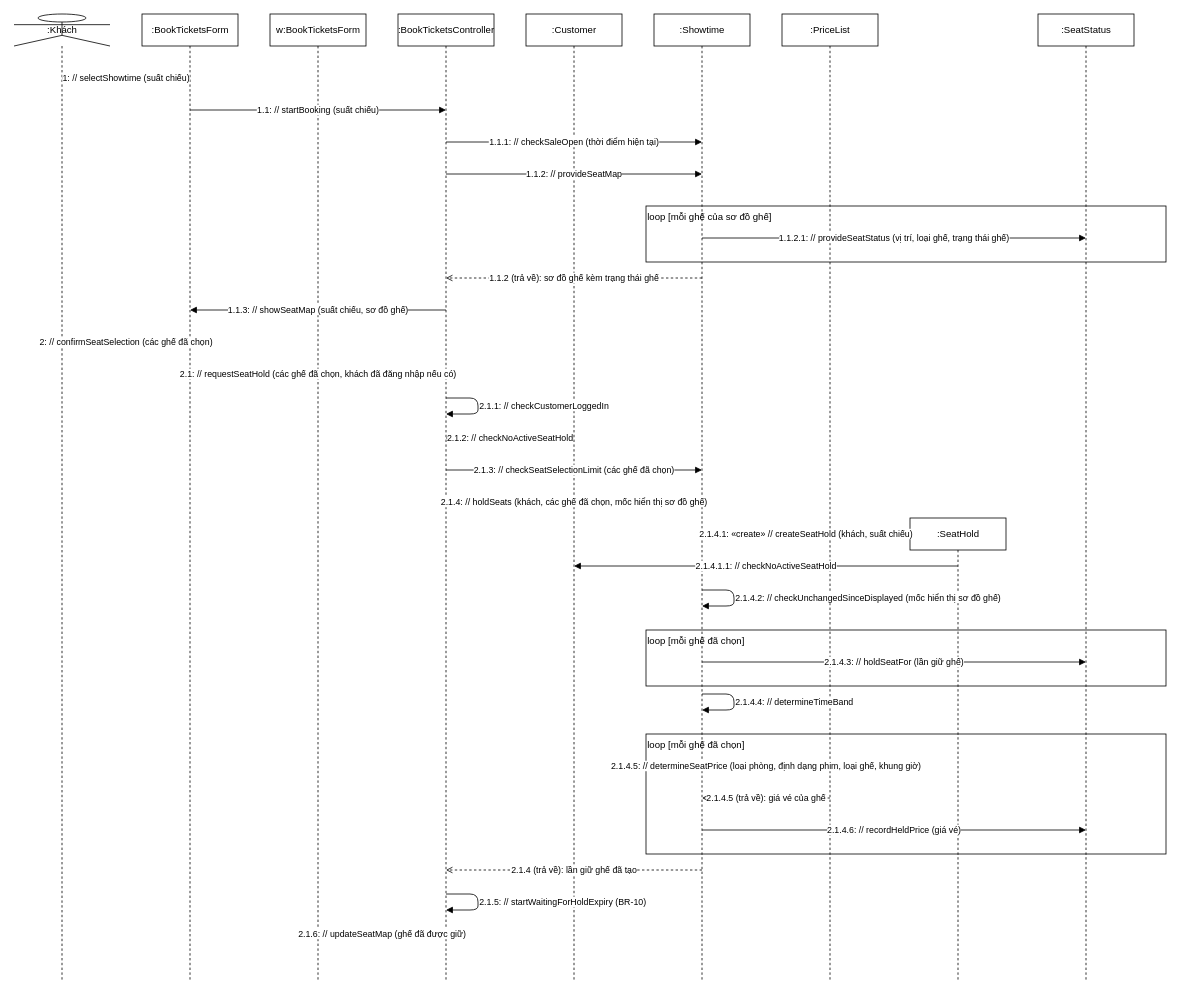
luytbq/app-dat-ve-xem-phim keeps this draw.io diagram as page "SD1a - Luồng chính bước 1 đến 7" (1 of 17) of design/diagrams/P07-sequence-UC-005.drawio. Above is the earlier version. Source tidied: cells renumbered, new cells numbered last; positions are measured from the earlier drawing's top-left corner, leaving out a move shared by most shapes. Both pictures are drawn from the tidied source at 80%, with x=0, y=0 at pixel (14, 14).
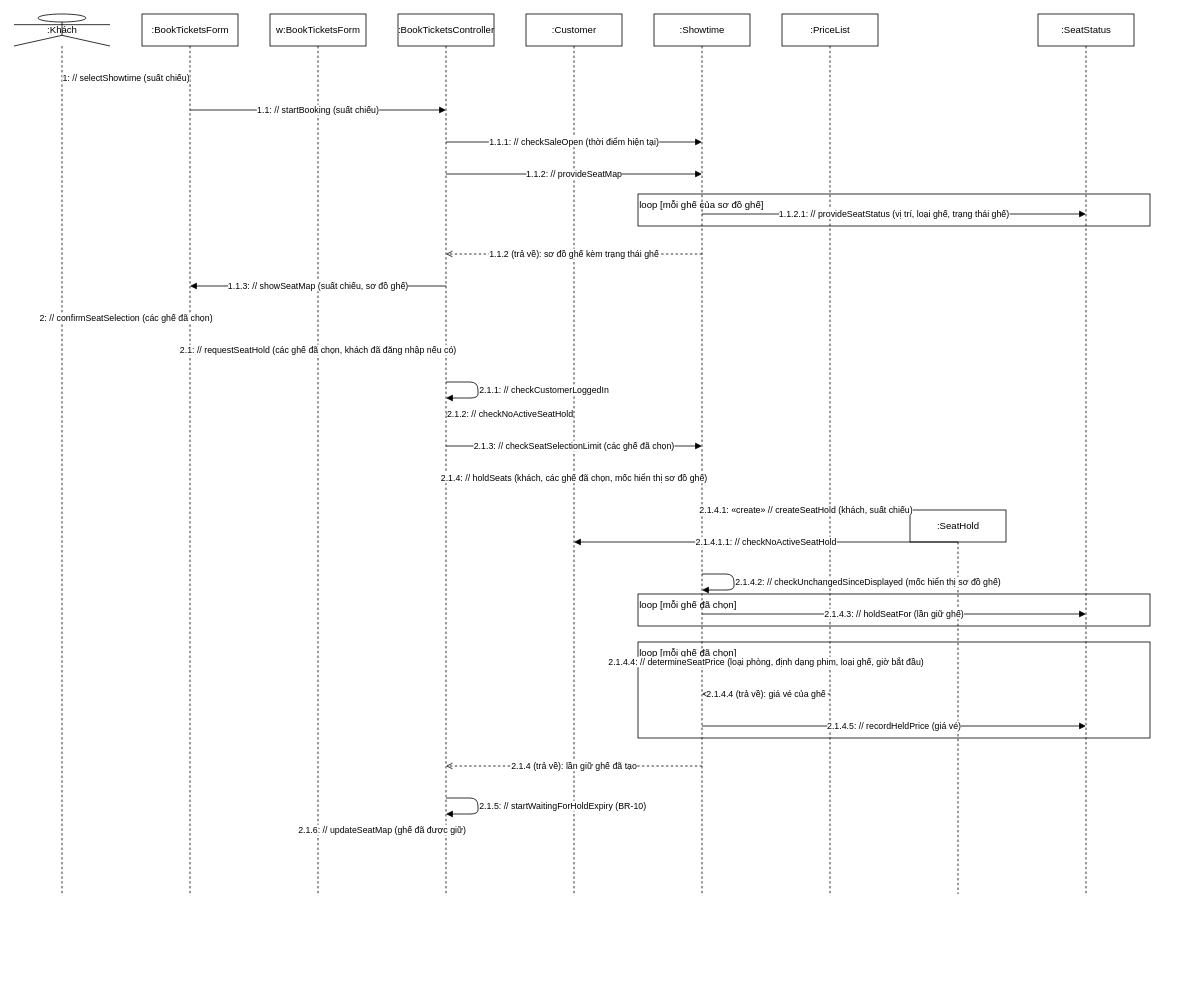
The same diagram, later.

Diff of the diagram source:
```diff
@@
     <mxCell id="2" value=":Khách" style="shape=umlLifeline;participant=umlActor;perimeter=lifelinePerimeter;html=1;" parent="1" vertex="1">
-      <mxGeometry width="120" height="1210" as="geometry" />
+      <mxGeometry width="120" height="1100" as="geometry" />
     </mxCell>
     <mxCell id="3" value=":BookTicketsForm" style="shape=umlLifeline;perimeter=lifelinePerimeter;html=1;" parent="1" vertex="1">
-      <mxGeometry x="160" width="120" height="1210" as="geometry" />
+      <mxGeometry x="160" width="120" height="1100" as="geometry" />
     </mxCell>
     <mxCell id="4" value="w:BookTicketsForm" style="shape=umlLifeline;perimeter=lifelinePerimeter;html=1;" parent="1" vertex="1">
-      <mxGeometry x="320" width="120" height="1210" as="geometry" />
+      <mxGeometry x="320" width="120" height="1100" as="geometry" />
     </mxCell>
     <mxCell id="5" value=":BookTicketsController" style="shape=umlLifeline;perimeter=lifelinePerimeter;html=1;" parent="1" vertex="1">
-      <mxGeometry x="480" width="120" height="1210" as="geometry" />
+      <mxGeometry x="480" width="120" height="1100" as="geometry" />
     </mxCell>
     <mxCell id="6" value=":Customer" style="shape=umlLifeline;perimeter=lifelinePerimeter;html=1;" parent="1" vertex="1">
-      <mxGeometry x="640" width="120" height="1210" as="geometry" />
+      <mxGeometry x="640" width="120" height="1100" as="geometry" />
     </mxCell>
     <mxCell id="7" value=":Showtime" style="shape=umlLifeline;perimeter=lifelinePerimeter;html=1;" parent="1" vertex="1">
-      <mxGeometry x="800" width="120" height="1210" as="geometry" />
+      <mxGeometry x="800" width="120" height="1100" as="geometry" />
     </mxCell>
     <mxCell id="8" value=":PriceList" style="shape=umlLifeline;perimeter=lifelinePerimeter;html=1;" parent="1" vertex="1">
-      <mxGeometry x="960" width="120" height="1210" as="geometry" />
+      <mxGeometry x="960" width="120" height="1100" as="geometry" />
     </mxCell>
     <mxCell id="9" value=":SeatHold" style="shape=umlLifeline;perimeter=lifelinePerimeter;html=1;" parent="1" vertex="1">
-      <mxGeometry x="1120" y="630" width="120" height="580" as="geometry" />
+      <mxGeometry x="1120" y="620" width="120" height="480" as="geometry" />
     </mxCell>
     <mxCell id="10" value=":SeatStatus" style="shape=umlLifeline;perimeter=lifelinePerimeter;html=1;" parent="1" vertex="1">
-      <mxGeometry x="1280" width="120" height="1210" as="geometry" />
+      <mxGeometry x="1280" width="120" height="1100" as="geometry" />
     </mxCell>
     <mxCell id="11" value="loop [mỗi ghế của sơ đồ ghế]" style="rounded=0;whiteSpace=wrap;html=1;fillColor=none;align=left;verticalAlign=top;" parent="1" vertex="1">
-      <mxGeometry x="790" y="240" width="650" height="70" as="geometry" />
+      <mxGeometry x="780" y="225" width="640" height="40" as="geometry" />
     </mxCell>
     <mxCell id="12" value="loop [mỗi ghế đã chọn]" style="rounded=0;whiteSpace=wrap;html=1;fillColor=none;align=left;verticalAlign=top;" parent="1" vertex="1">
-      <mxGeometry x="790" y="770" width="650" height="70" as="geometry" />
+      <mxGeometry x="780" y="725" width="640" height="40" as="geometry" />
     </mxCell>
     <mxCell id="13" value="loop [mỗi ghế đã chọn]" style="rounded=0;whiteSpace=wrap;html=1;fillColor=none;align=left;verticalAlign=top;" parent="1" vertex="1">
-      <mxGeometry x="790" y="900" width="650" height="150" as="geometry" />
+      <mxGeometry x="780" y="785" width="640" height="120" as="geometry" />
     </mxCell>
@@
     <mxCell id="18" value="1.1.2.1: // provideSeatStatus (vị trí, loại ghế, trạng thái ghế)" style="endArrow=block;endFill=1;html=1;" parent="1" edge="1">
       <mxGeometry relative="1" as="geometry">
-        <mxPoint x="860" y="280" as="sourcePoint" />
-        <mxPoint x="1340" y="280" as="targetPoint" />
+        <mxPoint x="860" y="250" as="sourcePoint" />
+        <mxPoint x="1340" y="250" as="targetPoint" />
       </mxGeometry>
     </mxCell>
     <mxCell id="19" value="1.1.2 (trả về): sơ đồ ghế kèm trạng thái ghế" style="endArrow=open;dashed=1;html=1;" parent="1" edge="1">
       <mxGeometry relative="1" as="geometry">
-        <mxPoint x="860" y="330" as="sourcePoint" />
-        <mxPoint x="540" y="330" as="targetPoint" />
+        <mxPoint x="860" y="300" as="sourcePoint" />
+        <mxPoint x="540" y="300" as="targetPoint" />
       </mxGeometry>
     </mxCell>
     <mxCell id="20" value="1.1.3: // showSeatMap (suất chiếu, sơ đồ ghế)" style="endArrow=block;endFill=1;html=1;" parent="1" edge="1">
       <mxGeometry relative="1" as="geometry">
-        <mxPoint x="540" y="370" as="sourcePoint" />
-        <mxPoint x="220" y="370" as="targetPoint" />
+        <mxPoint x="540" y="340" as="sourcePoint" />
+        <mxPoint x="220" y="340" as="targetPoint" />
       </mxGeometry>
     </mxCell>
     <mxCell id="21" value="2: // confirmSeatSelection (các ghế đã chọn)" style="endArrow=block;endFill=1;html=1;" parent="1" edge="1">
       <mxGeometry relative="1" as="geometry">
-        <mxPoint x="60" y="410" as="sourcePoint" />
-        <mxPoint x="220" y="410" as="targetPoint" />
+        <mxPoint x="60" y="380" as="sourcePoint" />
+        <mxPoint x="220" y="380" as="targetPoint" />
       </mxGeometry>
     </mxCell>
     <mxCell id="22" value="2.1: // requestSeatHold (các ghế đã chọn, khách đã đăng nhập nếu có)" style="endArrow=block;endFill=1;html=1;" parent="1" edge="1">
       <mxGeometry relative="1" as="geometry">
-        <mxPoint x="220" y="450" as="sourcePoint" />
-        <mxPoint x="540" y="450" as="targetPoint" />
+        <mxPoint x="220" y="420" as="sourcePoint" />
+        <mxPoint x="540" y="420" as="targetPoint" />
       </mxGeometry>
     </mxCell>
     <mxCell id="23" value="2.1.1: // checkCustomerLoggedIn" style="endArrow=block;endFill=1;html=1;align=left;" parent="1" edge="1">
       <mxGeometry relative="1" as="geometry">
-        <mxPoint x="540" y="480" as="sourcePoint" />
-        <mxPoint x="540" y="500" as="targetPoint" />
+        <mxPoint x="540" y="460" as="sourcePoint" />
+        <mxPoint x="540" y="480" as="targetPoint" />
         <Array as="points">
+          <mxPoint x="580" y="460" />
           <mxPoint x="580" y="480" />
-          <mxPoint x="580" y="500" />
         </Array>
       </mxGeometry>
     </mxCell>
     <mxCell id="24" value="2.1.2: // checkNoActiveSeatHold" style="endArrow=block;endFill=1;html=1;" parent="1" edge="1">
       <mxGeometry relative="1" as="geometry">
-        <mxPoint x="540" y="530" as="sourcePoint" />
-        <mxPoint x="700" y="530" as="targetPoint" />
+        <mxPoint x="540" y="500" as="sourcePoint" />
+        <mxPoint x="700" y="500" as="targetPoint" />
       </mxGeometry>
     </mxCell>
     <mxCell id="25" value="2.1.3: // checkSeatSelectionLimit (các ghế đã chọn)" style="endArrow=block;endFill=1;html=1;" parent="1" edge="1">
       <mxGeometry relative="1" as="geometry">
-        <mxPoint x="540" y="570" as="sourcePoint" />
-        <mxPoint x="860" y="570" as="targetPoint" />
+        <mxPoint x="540" y="540" as="sourcePoint" />
+        <mxPoint x="860" y="540" as="targetPoint" />
       </mxGeometry>
     </mxCell>
     <mxCell id="26" value="2.1.4: // holdSeats (khách, các ghế đã chọn, mốc hiển thị sơ đồ ghế)" style="endArrow=block;endFill=1;html=1;" parent="1" edge="1">
       <mxGeometry relative="1" as="geometry">
-        <mxPoint x="540" y="610" as="sourcePoint" />
-        <mxPoint x="860" y="610" as="targetPoint" />
+        <mxPoint x="540" y="580" as="sourcePoint" />
+        <mxPoint x="860" y="580" as="targetPoint" />
       </mxGeometry>
     </mxCell>
     <mxCell id="27" value="2.1.4.1: «create» // createSeatHold (khách, suất chiếu)" style="endArrow=open;dashed=1;html=1;" parent="1" edge="1">
       <mxGeometry relative="1" as="geometry">
-        <mxPoint x="860" y="650" as="sourcePoint" />
-        <mxPoint x="1120" y="650" as="targetPoint" />
+        <mxPoint x="860" y="620" as="sourcePoint" />
+        <mxPoint x="1120" y="620" as="targetPoint" />
       </mxGeometry>
     </mxCell>
     <mxCell id="28" value="2.1.4.1.1: // checkNoActiveSeatHold" style="endArrow=block;endFill=1;html=1;" parent="1" edge="1">
       <mxGeometry relative="1" as="geometry">
-        <mxPoint x="1180" y="690" as="sourcePoint" />
-        <mxPoint x="700" y="690" as="targetPoint" />
+        <mxPoint x="1180" y="660" as="sourcePoint" />
+        <mxPoint x="700" y="660" as="targetPoint" />
       </mxGeometry>
     </mxCell>
     <mxCell id="29" value="2.1.4.2: // checkUnchangedSinceDisplayed (mốc hiển thị sơ đồ ghế)" style="endArrow=block;endFill=1;html=1;align=left;" parent="1" edge="1">
       <mxGeometry relative="1" as="geometry">
-        <mxPoint x="860" y="720" as="sourcePoint" />
-        <mxPoint x="860" y="740" as="targetPoint" />
+        <mxPoint x="860" y="700" as="sourcePoint" />
+        <mxPoint x="860" y="720" as="targetPoint" />
         <Array as="points">
+          <mxPoint x="900" y="700" />
           <mxPoint x="900" y="720" />
-          <mxPoint x="900" y="740" />
         </Array>
       </mxGeometry>
     </mxCell>
     <mxCell id="30" value="2.1.4.3: // holdSeatFor (lần giữ ghế)" style="endArrow=block;endFill=1;html=1;" parent="1" edge="1">
       <mxGeometry relative="1" as="geometry">
-        <mxPoint x="860" y="810" as="sourcePoint" />
-        <mxPoint x="1340" y="810" as="targetPoint" />
+        <mxPoint x="860" y="750" as="sourcePoint" />
+        <mxPoint x="1340" y="750" as="targetPoint" />
       </mxGeometry>
     </mxCell>
-    <mxCell id="31" value="2.1.4.4: // determineTimeBand" style="endArrow=block;endFill=1;html=1;align=left;" parent="1" edge="1">
+    <mxCell id="31" value="2.1.4.4: // determineSeatPrice (loại phòng, định dạng phim, loại ghế, giờ bắt đầu)" style="endArrow=block;endFill=1;html=1;" parent="1" edge="1">
       <mxGeometry relative="1" as="geometry">
-        <mxPoint x="860" y="850" as="sourcePoint" />
-        <mxPoint x="860" y="870" as="targetPoint" />
-        <Array as="points">
-          <mxPoint x="900" y="850" />
-          <mxPoint x="900" y="870" />
-        </Array>
+        <mxPoint x="860" y="810" as="sourcePoint" />
+        <mxPoint x="1020" y="810" as="targetPoint" />
       </mxGeometry>
     </mxCell>
+    <mxCell id="38" value="2.1.4.4 (trả về): giá vé của ghế" style="endArrow=open;dashed=1;html=1;" parent="1" edge="1">
+      <mxGeometry relative="1" as="geometry">
+        <mxPoint x="1020" y="850" as="sourcePoint" />
+        <mxPoint x="860" y="850" as="targetPoint" />
+      </mxGeometry>
+    </mxCell>
-    <mxCell id="32" value="2.1.4.5: // determineSeatPrice (loại phòng, định dạng phim, loại ghế, khung giờ)" style="endArrow=block;endFill=1;html=1;" parent="1" edge="1">
+    <mxCell id="32" value="2.1.4.5: // recordHeldPrice (giá vé)" style="endArrow=block;endFill=1;html=1;" parent="1" edge="1">
       <mxGeometry relative="1" as="geometry">
-        <mxPoint x="860" y="940" as="sourcePoint" />
-        <mxPoint x="1020" y="940" as="targetPoint" />
+        <mxPoint x="860" y="890" as="sourcePoint" />
+        <mxPoint x="1340" y="890" as="targetPoint" />
       </mxGeometry>
     </mxCell>
-    <mxCell id="33" value="2.1.4.5 (trả về): giá vé của ghế" style="endArrow=open;dashed=1;html=1;" parent="1" edge="1">
-      <mxGeometry relative="1" as="geometry">
-        <mxPoint x="1020" y="980" as="sourcePoint" />
-        <mxPoint x="860" y="980" as="targetPoint" />
-      </mxGeometry>
-    </mxCell>
-    <mxCell id="34" value="2.1.4.6: // recordHeldPrice (giá vé)" style="endArrow=block;endFill=1;html=1;" parent="1" edge="1">
-      <mxGeometry relative="1" as="geometry">
-        <mxPoint x="860" y="1020" as="sourcePoint" />
-        <mxPoint x="1340" y="1020" as="targetPoint" />
-      </mxGeometry>
-    </mxCell>
     <mxCell id="35" value="2.1.4 (trả về): lần giữ ghế đã tạo" style="endArrow=open;dashed=1;html=1;" parent="1" edge="1">
       <mxGeometry relative="1" as="geometry">
-        <mxPoint x="860" y="1070" as="sourcePoint" />
-        <mxPoint x="540" y="1070" as="targetPoint" />
+        <mxPoint x="860" y="940" as="sourcePoint" />
+        <mxPoint x="540" y="940" as="targetPoint" />
       </mxGeometry>
     </mxCell>
     <mxCell id="36" value="2.1.5: // startWaitingForHoldExpiry (BR-10)" style="endArrow=block;endFill=1;html=1;align=left;" parent="1" edge="1">
       <mxGeometry relative="1" as="geometry">
-        <mxPoint x="540" y="1100" as="sourcePoint" />
-        <mxPoint x="540" y="1120" as="targetPoint" />
+        <mxPoint x="540" y="980" as="sourcePoint" />
+        <mxPoint x="540" y="1000" as="targetPoint" />
         <Array as="points">
-          <mxPoint x="580" y="1100" />
-          <mxPoint x="580" y="1120" />
+          <mxPoint x="580" y="980" />
+          <mxPoint x="580" y="1000" />
         </Array>
       </mxGeometry>
     </mxCell>
     <mxCell id="37" value="2.1.6: // updateSeatMap (ghế đã được giữ)" style="endArrow=block;endFill=1;html=1;" parent="1" edge="1">
       <mxGeometry relative="1" as="geometry">
-        <mxPoint x="540" y="1150" as="sourcePoint" />
-        <mxPoint x="380" y="1150" as="targetPoint" />
+        <mxPoint x="540" y="1020" as="sourcePoint" />
+        <mxPoint x="380" y="1020" as="targetPoint" />
       </mxGeometry>
     </mxCell>
```
